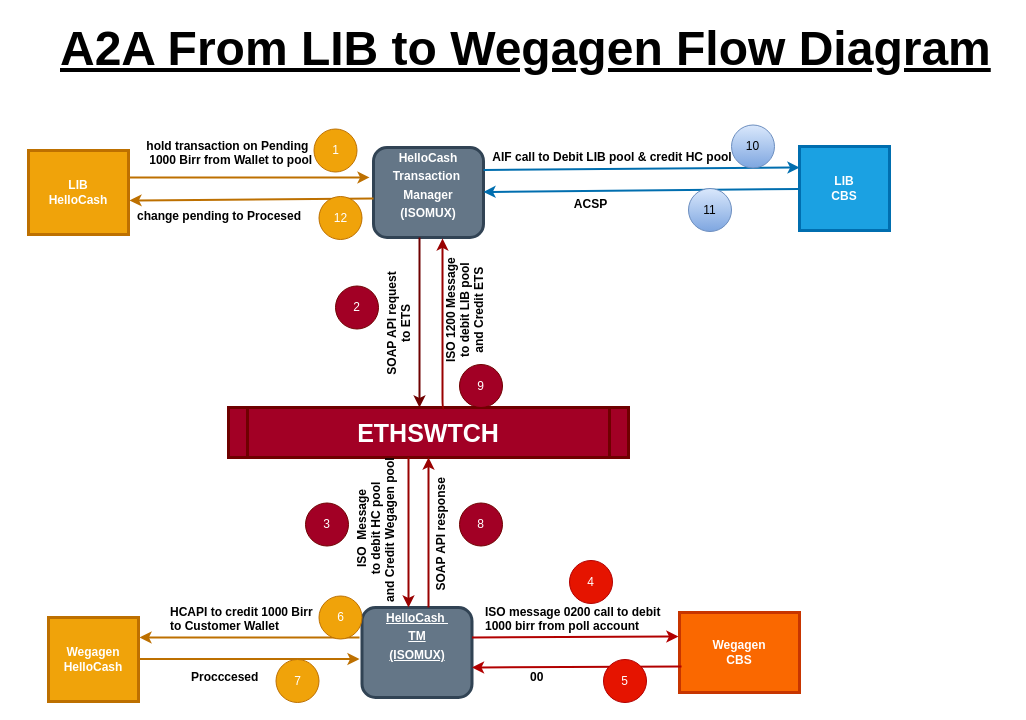
The draw.io diagram Untitled Diagram.drawio in asfaw66/habasha, before the edit. Source tidied: cells renumbered, new cells numbered last; positions are measured from the earlier drawing's top-left corner, leaving out a move shared by most shapes. Both pictures are drawn from the tidied source at 100%, with x=0, y=0 at pixel (28, 17).
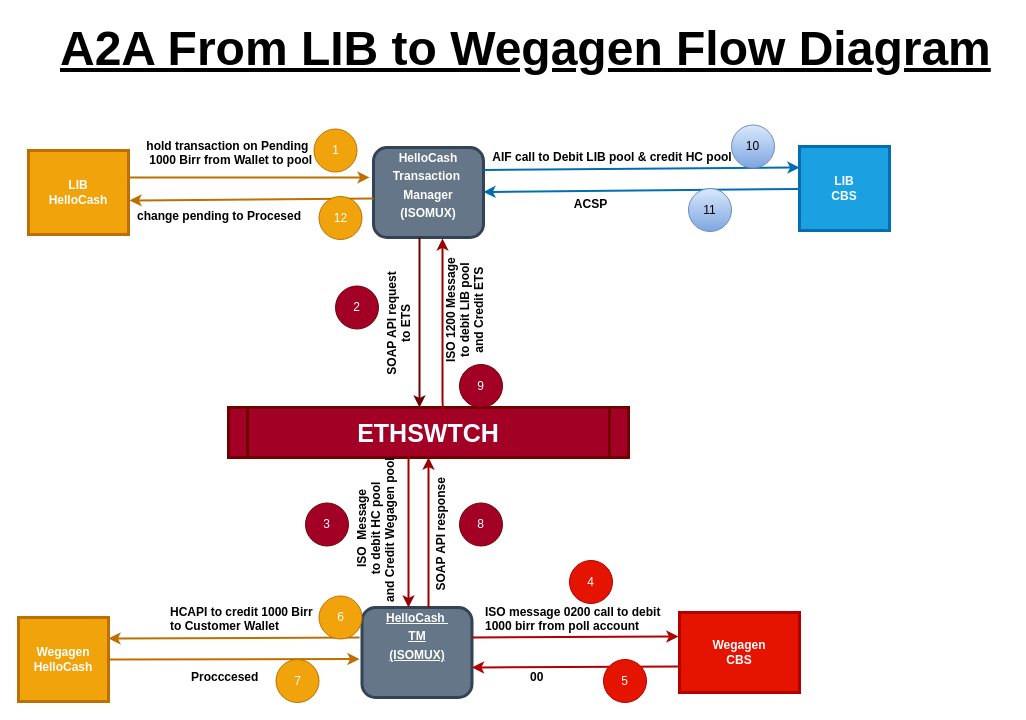
The same page after the edit.

Change to the diagram source:
```diff
@@
-    <mxCell id="16" value="Wegagen&#10;CBS" style="whiteSpace=wrap;align=center;verticalAlign=middle;fontStyle=1;strokeWidth=3;fillColor=#fa6800;strokeColor=#C73500;fontColor=#ffffff;" parent="1" vertex="1">
+    <mxCell id="16" value="Wegagen&#10;CBS" style="whiteSpace=wrap;align=center;verticalAlign=middle;fontStyle=1;strokeWidth=3;fillColor=#e51400;strokeColor=#B20000;fontColor=#ffffff;" parent="1" vertex="1">
       <mxGeometry x="651" y="595" width="120" height="80" as="geometry" />
     </mxCell>
     <mxCell id="17" value="Wegagen&#10;HelloCash" style="whiteSpace=wrap;align=center;verticalAlign=middle;fontStyle=1;strokeWidth=3;fillColor=#f0a30a;strokeColor=#BD7000;fontColor=#ffffff;" parent="1" vertex="1">
-      <mxGeometry x="20" y="600" width="90" height="84" as="geometry" />
+      <mxGeometry x="-10" y="600" width="90" height="84" as="geometry" />
     </mxCell>
@@
-    <mxCell id="19" style="edgeStyle=none;noEdgeStyle=1;strokeColor=#BD7000;strokeWidth=2;fillColor=#f0a30a;" parent="1" edge="1">
+    <mxCell id="19" style="edgeStyle=none;noEdgeStyle=1;strokeColor=#BD7000;strokeWidth=2;fillColor=#f0a30a;entryX=1;entryY=0.25;entryDx=0;entryDy=0;" parent="1" edge="1" target="17">
       <mxGeometry relative="1" as="geometry">
         <mxPoint x="331" y="620" as="sourcePoint" />
-        <mxPoint x="111" y="620" as="targetPoint" />
       </mxGeometry>
     </mxCell>
@@
-    <mxCell id="21" style="edgeStyle=none;noEdgeStyle=1;strokeColor=#BD7000;strokeWidth=2;fillColor=#f0a30a;" parent="1" edge="1">
+    <mxCell id="21" style="edgeStyle=none;noEdgeStyle=1;strokeColor=#BD7000;strokeWidth=2;fillColor=#f0a30a;exitX=1;exitY=0.5;exitDx=0;exitDy=0;" parent="1" edge="1" source="17">
       <mxGeometry relative="1" as="geometry">
-        <mxPoint x="111" y="641.5" as="sourcePoint" />
         <mxPoint x="331" y="641.5" as="targetPoint" />
       </mxGeometry>
     </mxCell>
```
